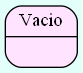
Earlier version of the Graphviz export FASE 2/Grafico/Admin_Btree_Clients.png (Serch-ING/EDD_UDRAWING_202000119). Its source is kept beside it as FASE 2/Grafico/Admin_Btree_Clients.dot.
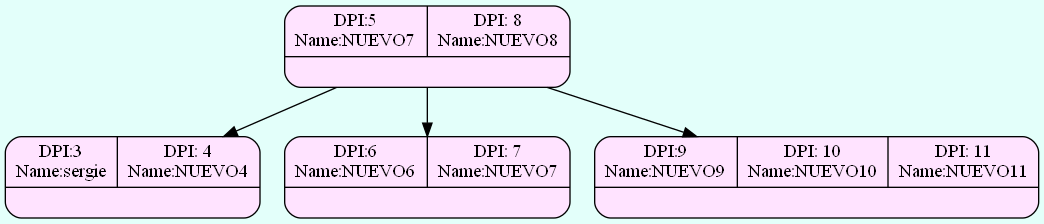
After the commit.

What changed in the source:
```diff
@@ -1,6 +1,12 @@
 digraph structs {
   bgcolor = "#E3FFFA"
  node [shape=Mrecord fillcolor="#FFE3FF" style =filled];
-struct1517940428[label="{{Vacio}|<here>}"];
+struct807732867[label="{{DPI:5\nName:NUEVO7|DPI: 8\nName:NUEVO8}|<here>}"];
+struct2047419181[label="{{DPI:3\nName:sergie|DPI: 4\nName:NUEVO4}|<here>}"];
+struct1317354192[label="{{DPI:6\nName:NUEVO6|DPI: 7\nName:NUEVO7}|<here>}"];
+struct14133247[label="{{DPI:9\nName:NUEVO9|DPI: 10\nName:NUEVO10|DPI: 11\nName:NUEVO11}|<here>}"];
 
+struct807732867->struct2047419181;
+struct807732867->struct1317354192;
+struct807732867->struct14133247;
 }
```
